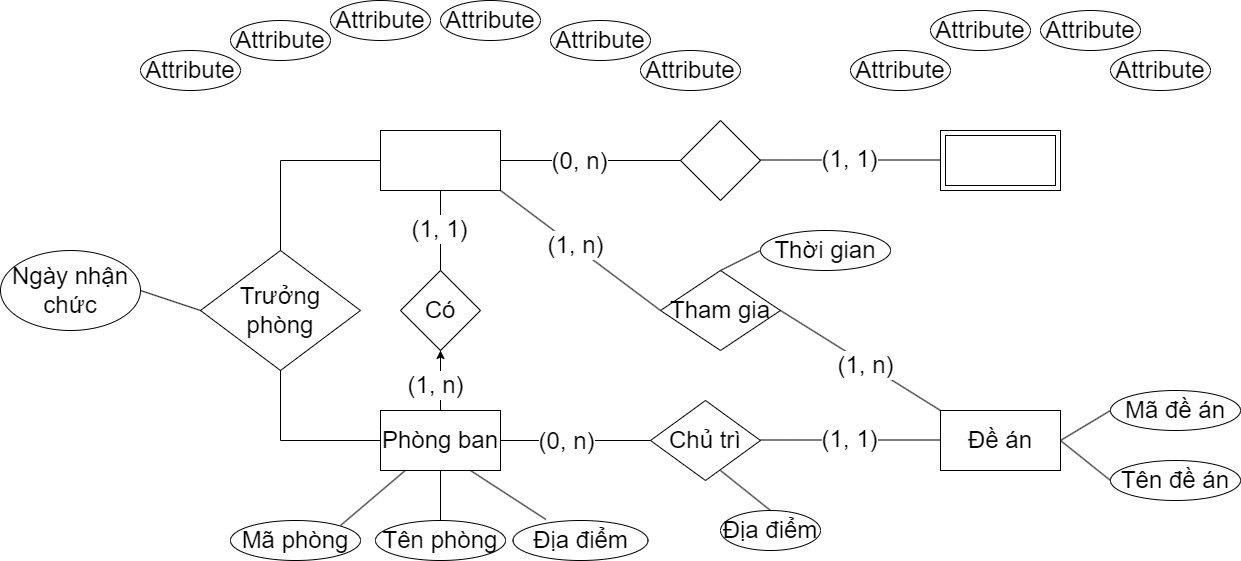
Earlier version of the draw.io export Chương 2.png (datnham0212/learning). Source tidied: cells renumbered, new cells last; positions are measured from the earlier drawing's top-left corner, leaving out a move shared by most shapes.
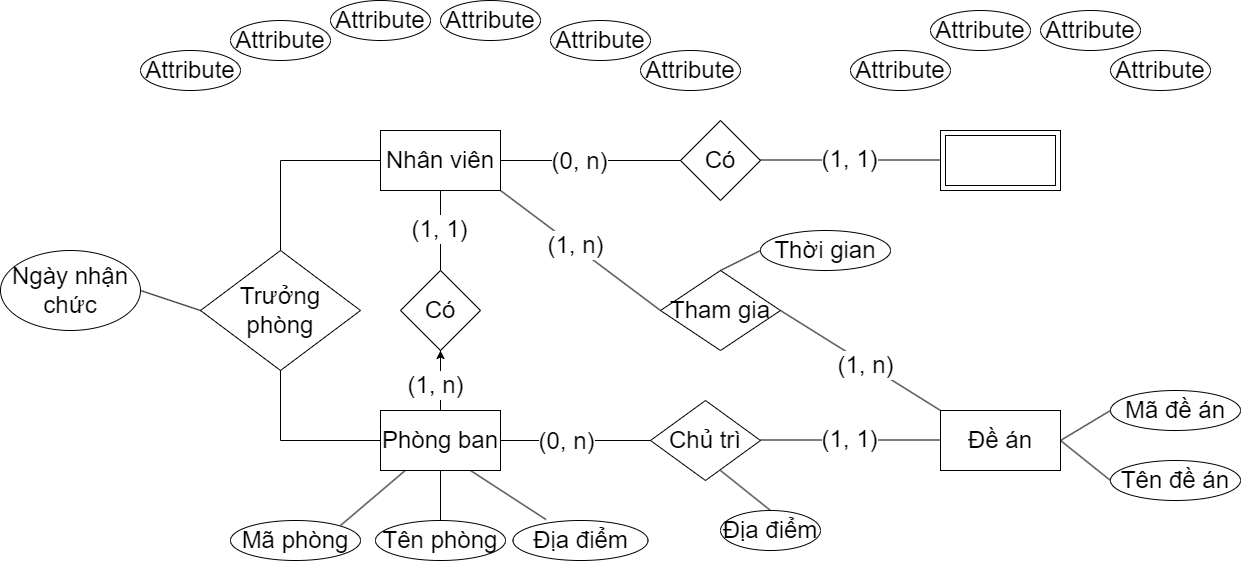
The same diagram one commit later.

What changed in the source:
```diff
@@ -2,7 +2,7 @@
   <root>
     <mxCell id="0" />
     <mxCell id="1" parent="0" />
-    <mxCell id="2" style="rounded=0;whiteSpace=wrap;html=1;fontSize=24;" parent="1" vertex="1">
+    <mxCell id="2" value="Nhân viên" style="rounded=0;whiteSpace=wrap;html=1;fontSize=24;" parent="1" vertex="1">
       <mxGeometry x="380" y="130" width="120" height="60" as="geometry" />
     </mxCell>
     <mxCell id="3" value="Đề án" style="rounded=0;whiteSpace=wrap;html=1;fontSize=24;" parent="1" vertex="1">
@@ -17,7 +17,7 @@
     <mxCell id="6" style="shape=ext;margin=3;double=1;whiteSpace=wrap;html=1;align=center;fontSize=24;" parent="1" vertex="1">
       <mxGeometry x="940" y="130" width="120" height="60" as="geometry" />
     </mxCell>
-    <mxCell id="7" style="rhombus;whiteSpace=wrap;html=1;fontSize=24;" parent="1" vertex="1">
+    <mxCell id="7" value="Có" style="rhombus;whiteSpace=wrap;html=1;fontSize=24;" parent="1" vertex="1">
       <mxGeometry x="680" y="120" width="80" height="80" as="geometry" />
     </mxCell>
     <mxCell id="8" style="endArrow=none;html=1;rounded=0;entryX=0;entryY=0.5;entryDx=0;entryDy=0;fontSize=24;" parent="1" edge="1" target="7">
```
